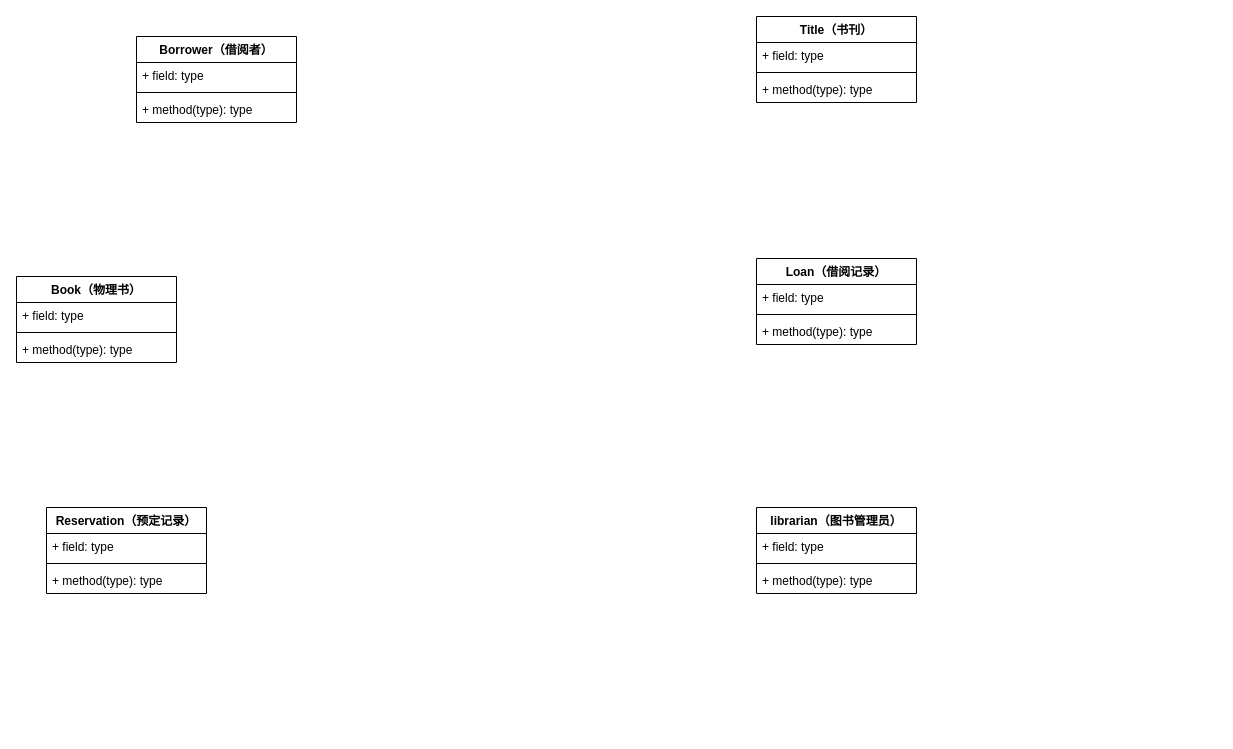
xiaogitta/drawImg keeps this draw.io diagram as 未命名绘图.drawio. Above is the earlier version. Source tidied: cells renumbered, new cells numbered last; positions are measured from the earlier drawing's top-left corner, leaving out a move shared by most shapes. Both pictures are drawn from the tidied source at 100%, with x=0, y=0 at pixel (16, 16).
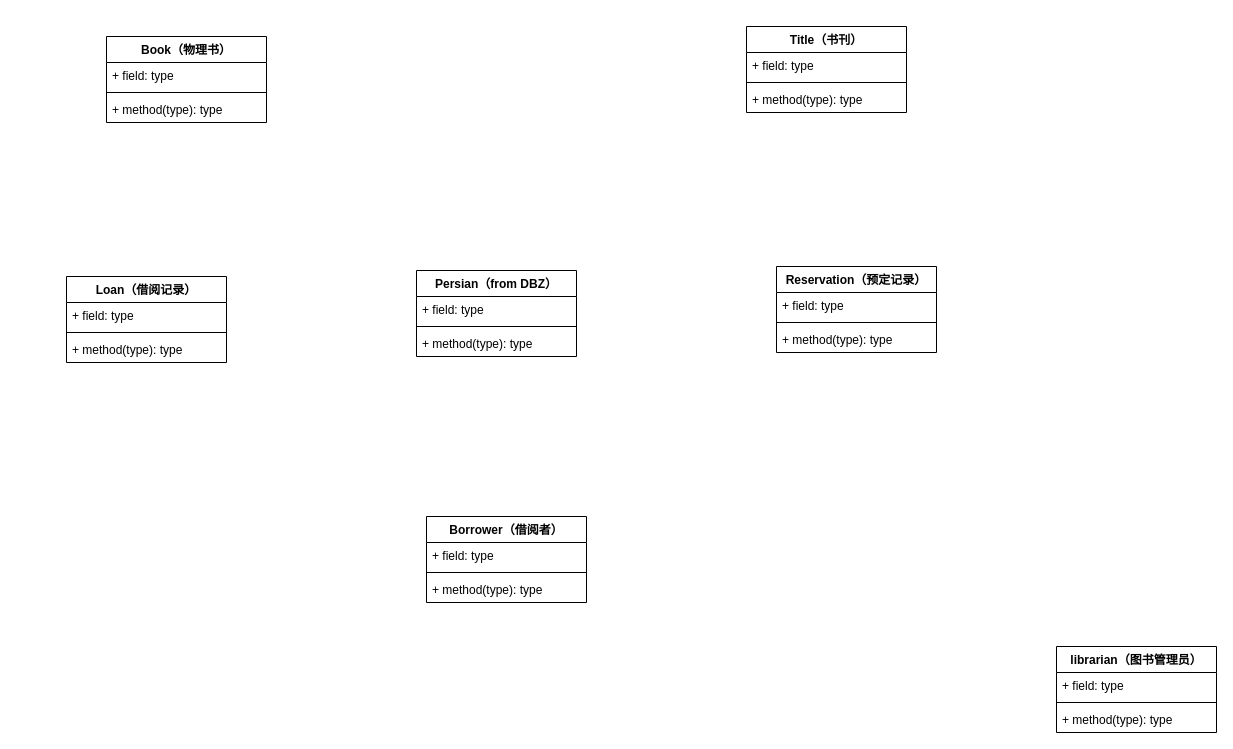
Above is the later version.

Commit message (it also covers changes not shown here):
更新未命名绘图.drawio

What changed in the source:
```diff
@@
     <mxCell id="2" value="Borrower（借阅者）" style="swimlane;fontStyle=1;align=center;verticalAlign=top;horizontal=1;startSize=26;" parent="1" vertex="1">
-      <mxGeometry x="120" y="20" width="160" height="86" as="geometry" />
+      <mxGeometry x="410" y="500" width="160" height="86" as="geometry" />
     </mxCell>
@@
     <mxCell id="6" value="Title（书刊）" style="swimlane;fontStyle=1;align=center;verticalAlign=top;horizontal=1;startSize=26;" parent="1" vertex="1">
-      <mxGeometry x="740" width="160" height="86" as="geometry" />
+      <mxGeometry x="730" y="10" width="160" height="86" as="geometry" />
     </mxCell>
@@
     <mxCell id="10" value="Book（物理书）" style="swimlane;fontStyle=1;align=center;verticalAlign=top;horizontal=1;startSize=26;" parent="1" vertex="1">
-      <mxGeometry y="260" width="160" height="86" as="geometry" />
+      <mxGeometry x="90" y="20" width="160" height="86" as="geometry" />
     </mxCell>
@@
     <mxCell id="14" value="Loan（借阅记录）" style="swimlane;fontStyle=1;align=center;verticalAlign=top;horizontal=1;startSize=26;" parent="1" vertex="1">
-      <mxGeometry x="740" y="242" width="160" height="86" as="geometry" />
+      <mxGeometry x="50" y="260" width="160" height="86" as="geometry" />
     </mxCell>
@@
     <mxCell id="18" value="Reservation（预定记录）" style="swimlane;fontStyle=1;align=center;verticalAlign=top;horizontal=1;startSize=26;" parent="1" vertex="1">
-      <mxGeometry x="30" y="491" width="160" height="86" as="geometry" />
+      <mxGeometry x="760" y="250" width="160" height="86" as="geometry" />
     </mxCell>
@@
     <mxCell id="22" value="librarian（图书管理员）" style="swimlane;fontStyle=1;align=center;verticalAlign=top;horizontal=1;startSize=26;" parent="1" vertex="1">
-      <mxGeometry x="740" y="491" width="160" height="86" as="geometry" />
+      <mxGeometry x="1040" y="630" width="160" height="86" as="geometry" />
     </mxCell>
@@
+    <mxCell id="26" value="Persian（from DBZ）" style="swimlane;fontStyle=1;align=center;verticalAlign=top;horizontal=1;startSize=26;" parent="1" vertex="1">
+      <mxGeometry x="400" y="254" width="160" height="86" as="geometry" />
+    </mxCell>
+    <mxCell id="27" value="+ field: type" style="text;strokeColor=none;fillColor=none;align=left;verticalAlign=top;spacingLeft=4;spacingRight=4;overflow=hidden;" parent="26" vertex="1">
+      <mxGeometry y="26" width="160" height="26" as="geometry" />
+    </mxCell>
+    <mxCell id="28" style="line;strokeWidth=1;fillColor=none;align=left;verticalAlign=middle;spacingTop=-1;spacingLeft=3;spacingRight=3;labelPosition=right;strokeColor=inherit;" parent="26" vertex="1">
+      <mxGeometry y="52" width="160" height="8" as="geometry" />
+    </mxCell>
+    <mxCell id="29" value="+ method(type): type" style="text;strokeColor=none;fillColor=none;align=left;verticalAlign=top;spacingLeft=4;spacingRight=4;overflow=hidden;" parent="26" vertex="1">
+      <mxGeometry y="60" width="160" height="26" as="geometry" />
+    </mxCell>
```
